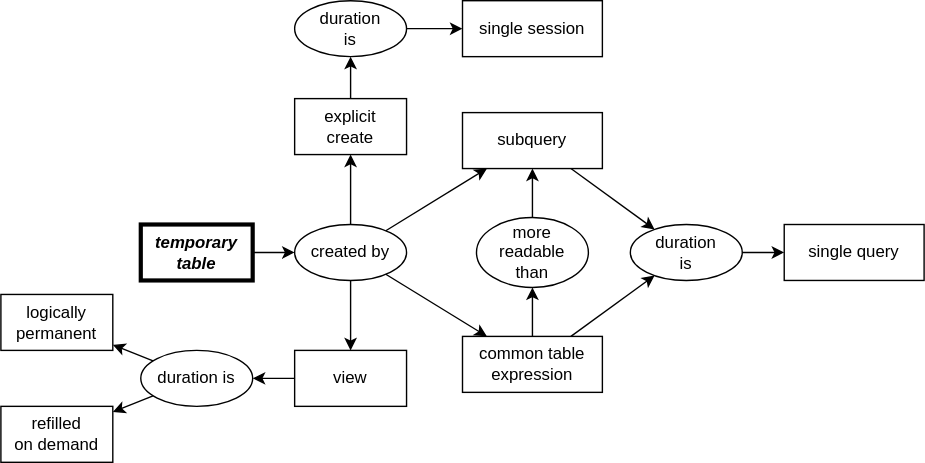
This is img/concept_map_temp.svg from gvwilson/sql-tutorial, a draw.io export, as it was before one commit. Source tidied: cells renumbered, new cells last; positions are measured from the earlier drawing's top-left corner, leaving out a move shared by most shapes.
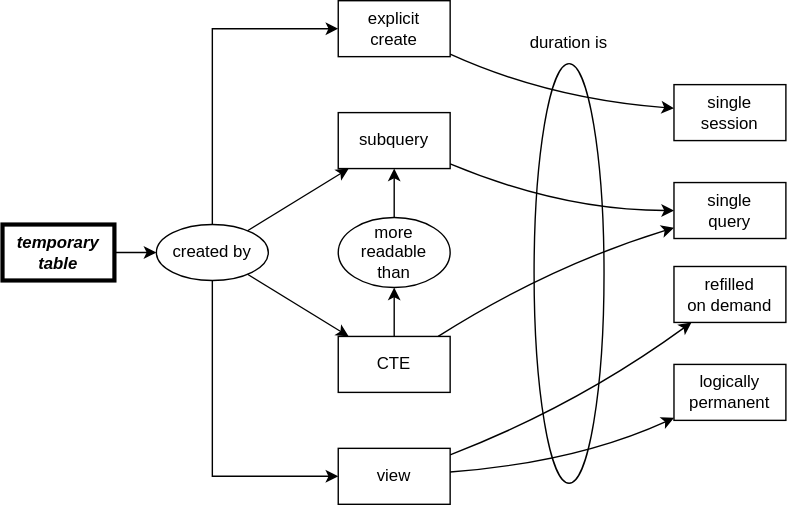
The same file after the commit.

Commit message:
fix: better concept map for temporary tables

Diff of the diagram source:
```diff
@@ -2,17 +2,17 @@
   <root>
     <mxCell id="0" />
     <mxCell id="1" parent="0" />
-    <mxCell id="2" value="common table&lt;br&gt;expression" style="rounded=0;whiteSpace=wrap;html=1;fillColor=none;fontFamily=Helvetica;" parent="1" vertex="1">
-      <mxGeometry x="330" y="240" width="100" height="40" as="geometry" />
+    <mxCell id="2" value="CTE" style="rounded=0;whiteSpace=wrap;html=1;fillColor=none;fontFamily=Helvetica;" parent="1" vertex="1">
+      <mxGeometry x="210" y="200" width="80" height="40" as="geometry" />
     </mxCell>
     <mxCell id="3" style="edgeStyle=orthogonalEdgeStyle;rounded=0;orthogonalLoop=1;jettySize=auto;html=1;exitX=0.5;exitY=1;exitDx=0;exitDy=0;fontFamily=Helvetica;" parent="1" edge="1" source="2" target="2">
       <mxGeometry relative="1" as="geometry" />
     </mxCell>
     <mxCell id="4" value="&lt;i&gt;&lt;b&gt;temporary&lt;br&gt;table&lt;/b&gt;&lt;/i&gt;" style="rounded=0;whiteSpace=wrap;html=1;fillColor=none;fontFamily=Helvetica;strokeWidth=3;" parent="1" vertex="1">
-      <mxGeometry x="100" y="160" width="80" height="40" as="geometry" />
+      <mxGeometry x="-30" y="120" width="80" height="40" as="geometry" />
     </mxCell>
     <mxCell id="5" value="created by" style="ellipse;whiteSpace=wrap;html=1;fillColor=none;fontFamily=Helvetica;" parent="1" vertex="1">
-      <mxGeometry x="210" y="160" width="80" height="40" as="geometry" />
+      <mxGeometry x="80" y="120" width="80" height="40" as="geometry" />
     </mxCell>
     <mxCell id="6" style="endArrow=classic;html=1;rounded=0;fontFamily=Helvetica;" parent="1" edge="1" source="4" target="5">
       <mxGeometry relative="1" as="geometry" />
@@ -21,25 +21,33 @@
       <mxGeometry relative="1" as="geometry" />
     </mxCell>
     <mxCell id="8" value="view" style="rounded=0;whiteSpace=wrap;html=1;fillColor=none;fontFamily=Helvetica;" parent="1" vertex="1">
-      <mxGeometry x="210" y="250" width="80" height="40" as="geometry" />
+      <mxGeometry x="210" y="280" width="80" height="40" as="geometry" />
     </mxCell>
     <mxCell id="9" value="explicit&lt;br&gt;create" style="rounded=0;whiteSpace=wrap;html=1;fillColor=none;fontFamily=Helvetica;" parent="1" vertex="1">
-      <mxGeometry x="210" y="70" width="80" height="40" as="geometry" />
+      <mxGeometry x="210" y="-40" width="80" height="40" as="geometry" />
     </mxCell>
     <mxCell id="10" style="endArrow=classic;html=1;rounded=0;fontFamily=Helvetica;" parent="1" edge="1" source="5" target="8">
-      <mxGeometry relative="1" as="geometry" />
+      <mxGeometry relative="1" as="geometry">
+        <Array as="points">
+          <mxPoint x="120" y="300" />
+        </Array>
+      </mxGeometry>
     </mxCell>
     <mxCell id="11" style="endArrow=classic;html=1;rounded=0;fontFamily=Helvetica;" parent="1" edge="1" source="5" target="9">
-      <mxGeometry relative="1" as="geometry" />
+      <mxGeometry relative="1" as="geometry">
+        <Array as="points">
+          <mxPoint x="120" y="-20" />
+        </Array>
+      </mxGeometry>
     </mxCell>
     <mxCell id="12" value="subquery" style="rounded=0;whiteSpace=wrap;html=1;fillColor=none;fontFamily=Helvetica;" parent="1" vertex="1">
-      <mxGeometry x="330" y="80" width="100" height="40" as="geometry" />
+      <mxGeometry x="210" y="40" width="80" height="40" as="geometry" />
     </mxCell>
     <mxCell id="13" style="endArrow=classic;html=1;rounded=0;fontFamily=Helvetica;" parent="1" edge="1" source="5" target="12">
       <mxGeometry relative="1" as="geometry" />
     </mxCell>
     <mxCell id="14" value="more&lt;br&gt;readable&lt;br&gt;than" style="ellipse;whiteSpace=wrap;html=1;fillColor=none;fontFamily=Helvetica;" parent="1" vertex="1">
-      <mxGeometry x="340" y="155" width="80" height="50" as="geometry" />
+      <mxGeometry x="210" y="115" width="80" height="50" as="geometry" />
     </mxCell>
     <mxCell id="15" style="endArrow=classic;html=1;rounded=0;fontFamily=Helvetica;" parent="1" edge="1" source="2" target="14">
       <mxGeometry relative="1" as="geometry" />
@@ -47,50 +55,58 @@
     <mxCell id="16" style="endArrow=classic;html=1;rounded=0;fontFamily=Helvetica;" parent="1" edge="1" source="14" target="12">
       <mxGeometry relative="1" as="geometry" />
     </mxCell>
-    <mxCell id="17" value="duration&lt;br&gt;is" style="ellipse;whiteSpace=wrap;html=1;fillColor=none;fontFamily=Helvetica;" parent="1" vertex="1">
-      <mxGeometry x="450" y="160" width="80" height="40" as="geometry" />
-    </mxCell>
-    <mxCell id="18" style="endArrow=classic;html=1;rounded=0;fontFamily=Helvetica;" parent="1" edge="1" source="12" target="17">
-      <mxGeometry relative="1" as="geometry" />
-    </mxCell>
-    <mxCell id="19" style="endArrow=classic;html=1;rounded=0;fontFamily=Helvetica;" parent="1" edge="1" source="2" target="17">
-      <mxGeometry relative="1" as="geometry" />
-    </mxCell>
-    <mxCell id="20" value="single query" style="rounded=0;whiteSpace=wrap;html=1;fillColor=none;fontFamily=Helvetica;" parent="1" vertex="1">
-      <mxGeometry x="560" y="160" width="100" height="40" as="geometry" />
+    <mxCell id="20" value="single&lt;br&gt;query" style="rounded=0;whiteSpace=wrap;html=1;fillColor=none;fontFamily=Helvetica;" parent="1" vertex="1">
+      <mxGeometry x="450" y="90" width="80" height="40" as="geometry" />
     </mxCell>
-    <mxCell id="21" style="endArrow=classic;html=1;rounded=0;fontFamily=Helvetica;" parent="1" edge="1" source="17" target="20">
-      <mxGeometry relative="1" as="geometry" />
-    </mxCell>
-    <mxCell id="22" value="single session" style="rounded=0;whiteSpace=wrap;html=1;fillColor=none;fontFamily=Helvetica;" parent="1" vertex="1">
-      <mxGeometry x="330" width="100" height="40" as="geometry" />
+    <mxCell id="22" value="single&lt;br&gt;session" style="rounded=0;whiteSpace=wrap;html=1;fillColor=none;fontFamily=Helvetica;" parent="1" vertex="1">
+      <mxGeometry x="450" y="20" width="80" height="40" as="geometry" />
     </mxCell>
-    <mxCell id="23" value="duration&lt;br&gt;is" style="ellipse;whiteSpace=wrap;html=1;fillColor=none;fontFamily=Helvetica;" parent="1" vertex="1">
-      <mxGeometry x="210" width="80" height="40" as="geometry" />
-    </mxCell>
-    <mxCell id="24" style="endArrow=classic;html=1;rounded=0;fontFamily=Helvetica;" parent="1" edge="1" source="9" target="23">
-      <mxGeometry relative="1" as="geometry" />
-    </mxCell>
-    <mxCell id="25" style="endArrow=classic;html=1;rounded=0;fontFamily=Helvetica;" parent="1" edge="1" source="23" target="22">
-      <mxGeometry relative="1" as="geometry" />
-    </mxCell>
-    <mxCell id="26" value="duration is" style="ellipse;whiteSpace=wrap;html=1;fillColor=none;fontFamily=Helvetica;" parent="1" vertex="1">
-      <mxGeometry x="100" y="250" width="80" height="40" as="geometry" />
-    </mxCell>
     <mxCell id="27" value="logically&lt;br&gt;permanent" style="rounded=0;whiteSpace=wrap;html=1;fillColor=none;fontFamily=Helvetica;" parent="1" vertex="1">
-      <mxGeometry y="210" width="80" height="40" as="geometry" />
+      <mxGeometry x="450" y="220" width="80" height="40" as="geometry" />
     </mxCell>
-    <mxCell id="28" style="endArrow=classic;html=1;rounded=0;fontFamily=Helvetica;" parent="1" edge="1" source="8" target="26">
-      <mxGeometry relative="1" as="geometry" />
-    </mxCell>
-    <mxCell id="29" style="endArrow=classic;html=1;rounded=0;fontFamily=Helvetica;" parent="1" edge="1" source="26" target="27">
-      <mxGeometry relative="1" as="geometry" />
-    </mxCell>
     <mxCell id="30" value="refilled&lt;br&gt;on demand" style="rounded=0;whiteSpace=wrap;html=1;fillColor=none;fontFamily=Helvetica;" parent="1" vertex="1">
-      <mxGeometry y="290" width="80" height="40" as="geometry" />
+      <mxGeometry x="450" y="150" width="80" height="40" as="geometry" />
     </mxCell>
-    <mxCell id="31" style="endArrow=classic;html=1;rounded=0;fontFamily=Helvetica;" parent="1" edge="1" source="26" target="30">
-      <mxGeometry relative="1" as="geometry" />
-    </mxCell>
+    <mxCell id="32" style="endArrow=classic;html=1;rounded=0;curved=1;" parent="1" edge="1" source="9" target="22">
+      <mxGeometry relative="1" as="geometry">
+        <Array as="points">
+          <mxPoint x="360" y="30" />
+        </Array>
+      </mxGeometry>
+    </mxCell>
+    <mxCell id="33" style="endArrow=classic;html=1;rounded=0;curved=1;" parent="1" edge="1" source="8" target="27">
+      <mxGeometry relative="1" as="geometry">
+        <Array as="points">
+          <mxPoint x="380" y="290" />
+        </Array>
+      </mxGeometry>
+    </mxCell>
+    <mxCell id="34" style="endArrow=classic;html=1;rounded=0;curved=1;" parent="1" edge="1" source="8" target="30">
+      <mxGeometry relative="1" as="geometry">
+        <Array as="points">
+          <mxPoint x="380" y="250" />
+        </Array>
+      </mxGeometry>
+    </mxCell>
+    <mxCell id="35" style="endArrow=classic;html=1;rounded=0;curved=1;" parent="1" edge="1" source="2" target="20">
+      <mxGeometry relative="1" as="geometry">
+        <Array as="points">
+          <mxPoint x="360" y="150" />
+        </Array>
+      </mxGeometry>
+    </mxCell>
+    <mxCell id="36" style="endArrow=classic;html=1;rounded=0;curved=1;" parent="1" edge="1" source="12" target="20">
+      <mxGeometry relative="1" as="geometry">
+        <Array as="points">
+          <mxPoint x="370" y="110" />
+        </Array>
+      </mxGeometry>
+    </mxCell>
+    <mxCell id="37" style="ellipse;whiteSpace=wrap;html=1;fillColor=none;" parent="1" vertex="1">
+      <mxGeometry x="350" y="5" width="50" height="300" as="geometry" />
+    </mxCell>
+    <mxCell id="38" value="duration is" style="text;html=1;strokeColor=none;fillColor=none;align=center;verticalAlign=middle;whiteSpace=wrap;rounded=0;" parent="1" vertex="1">
+      <mxGeometry x="345" y="-25" width="60" height="30" as="geometry" />
+    </mxCell>
   </root>
 </mxGraphModel>
```
